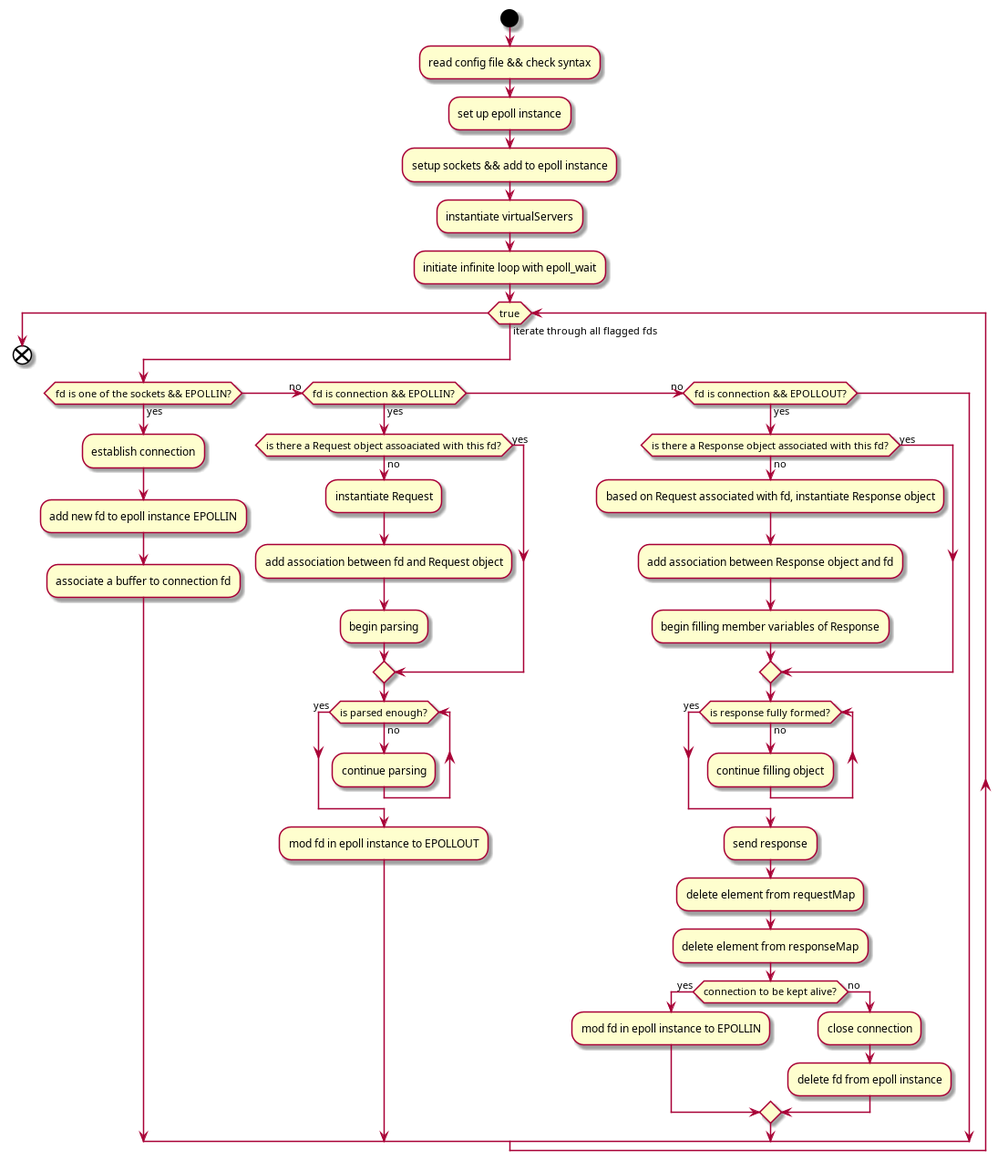
thaisnishimoto/42sp_Webserv keeps this PlantUML diagram as docs/webservFlow.png. Above is the earlier version. Its source is kept beside it as docs/webservFlow.puml.
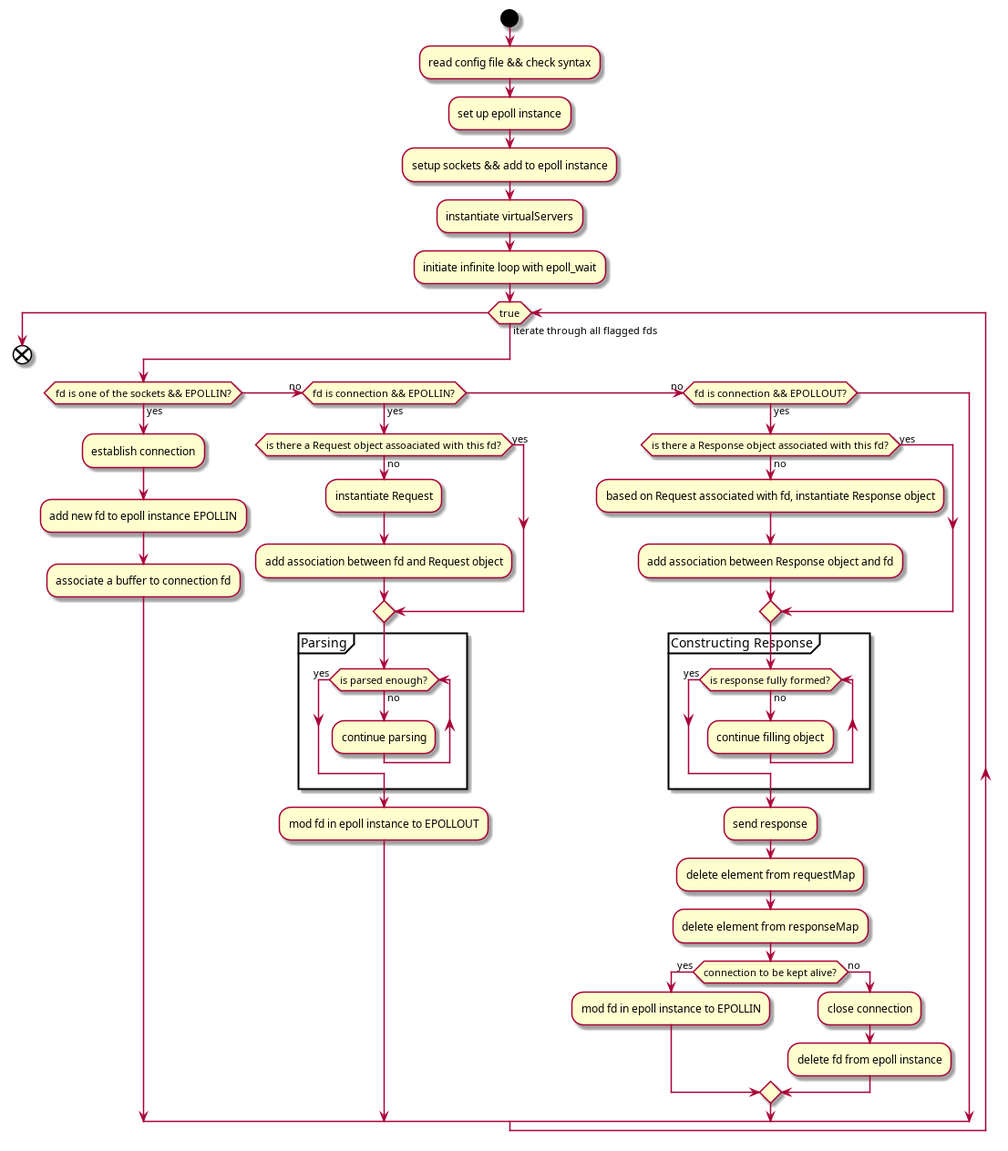
The same diagram one commit later.

The edit, as a diff of the source:
```diff
@@ -1,6 +1,5 @@
 @startuml
 
-|WebServer|
 start
 :read config file && check syntax;
 :set up epoll instance;
@@ -16,23 +15,25 @@
 		if (is there a Request object assoaciated with this fd?) then (no)
 			:instantiate Request;
 			:add association between fd and Request object;
-			:begin parsing;
 		else (yes)
 		endif
+			group Parsing
 			while (is parsed enough?) is (no)
 				:continue parsing;
 			endwhile (yes)
+			end group
 			:mod fd in epoll instance to EPOLLOUT;
 	(no) elseif (fd is connection && EPOLLOUT?) then (yes)
 		if (is there a Response object associated with this fd?) then (no)
 			:based on Request associated with fd, instantiate Response object;
 			:add association between Response object and fd;
-			:begin filling member variables of Response;
 		else (yes)
 		endif
+			group Constructing Response
 			while (is response fully formed?) is (no)
 				:continue filling object;
 			endwhile (yes)
+			end group
 			:send response;
 			:delete element from requestMap;
 			:delete element from responseMap;
```
